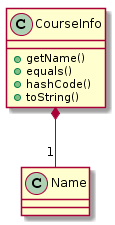
The PlantUML diagram images/CourseInfoClassDiagram.png in AY1920S2-CS2103T-F09-3/main, before a commit. Its diagram source:
```plantuml
@startuml
class CourseInfo {
    +getName()
    +equals()
    +hashCode()
    +toString()
}
class Name {}

CourseInfo *-- "1" Name
@enduml
```
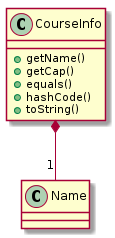
The same file after the commit.

What changed in the source:
```diff
@@ -1,6 +1,7 @@
 @startuml
 class CourseInfo {
     +getName()
+    +getCap()
     +equals()
     +hashCode()
     +toString()
```
